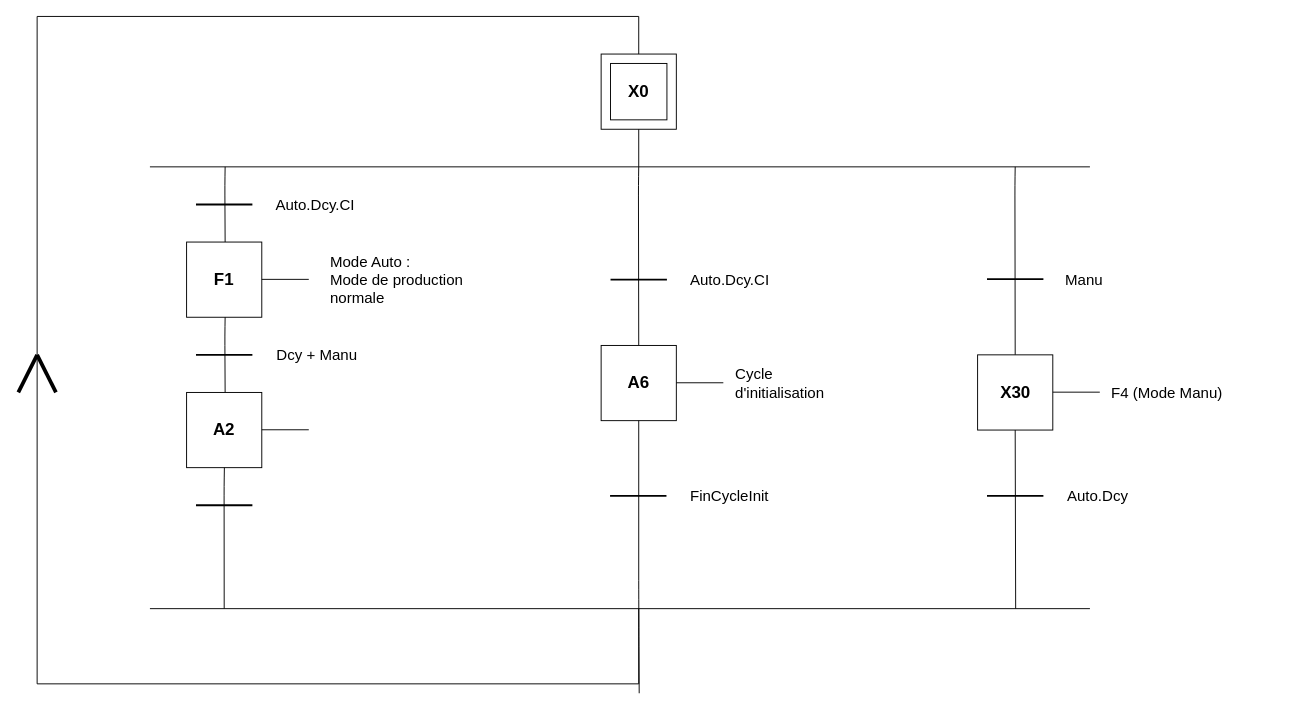
This is Untitled Diagram.drawio from Sem98-chain/INSA, a draw.io file, before an edit. Source tidied: cells renumbered, new cells numbered last; positions are measured from the earlier drawing's top-left corner, leaving out a move shared by most shapes. Both pictures are drawn from the tidied source at 94%, with x=0, y=0 at pixel (18, 16).
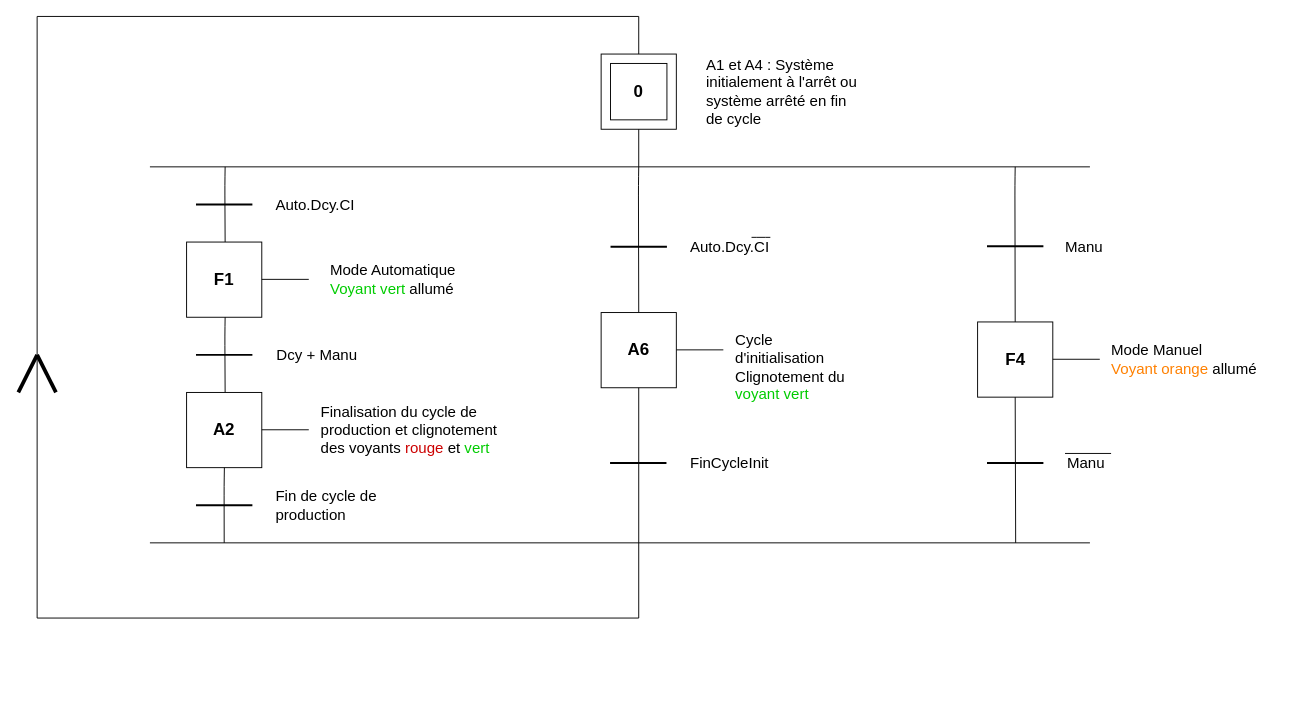
Above is the later version.

Unchanged cells that the change refers to:
```xml
<mxCell id="2" style="group;" parent="1" vertex="1">
  <mxGeometry x="620" y="40" width="80" height="80" as="geometry" />
</mxCell>
```

Diff of the diagram source:
```diff
@@
-    <mxCell id="5" value="&lt;font size=&quot;1&quot;&gt;&lt;b style=&quot;font-size: 18px&quot;&gt;X0&lt;/b&gt;&lt;/font&gt;" style="text;html=1;strokeColor=none;fillColor=none;align=center;verticalAlign=middle;whiteSpace=wrap;rounded=0;" parent="2" vertex="1">
+    <mxCell id="5" value="&lt;font size=&quot;1&quot;&gt;&lt;b style=&quot;font-size: 18px&quot;&gt;0&lt;/b&gt;&lt;/font&gt;" style="text;html=1;strokeColor=none;fillColor=none;align=center;verticalAlign=middle;whiteSpace=wrap;rounded=0;" parent="2" vertex="1">
       <mxGeometry x="20" y="30" width="40" height="20" as="geometry" />
     </mxCell>
@@
     <mxCell id="21" style="whiteSpace=wrap;html=1;" parent="1" vertex="1">
-      <mxGeometry x="620" y="350" width="80" height="80" as="geometry" />
+      <mxGeometry x="620" y="315" width="80" height="80" as="geometry" />
     </mxCell>
     <mxCell id="22" style="endArrow=none;html=1;strokeWidth=2;" parent="1" edge="1">
       <mxGeometry relative="1" as="geometry">
-        <mxPoint x="630" y="280" as="sourcePoint" />
-        <mxPoint x="690" y="280" as="targetPoint" />
+        <mxPoint x="630" y="245" as="sourcePoint" />
+        <mxPoint x="690" y="245" as="targetPoint" />
       </mxGeometry>
     </mxCell>
     <mxCell id="23" value="&lt;font size=&quot;1&quot;&gt;&lt;b style=&quot;font-size: 18px&quot;&gt;A6&lt;/b&gt;&lt;/font&gt;" style="text;html=1;strokeColor=none;fillColor=none;align=center;verticalAlign=middle;whiteSpace=wrap;rounded=0;" parent="1" vertex="1">
-      <mxGeometry x="640" y="380" width="40" height="20" as="geometry" />
+      <mxGeometry x="640" y="345" width="40" height="20" as="geometry" />
     </mxCell>
     <mxCell id="24" value="&lt;font style=&quot;font-size: 16px&quot;&gt;Auto.Dcy.CI&lt;br&gt;&lt;/font&gt;" style="text;html=1;strokeColor=none;fillColor=none;align=left;verticalAlign=middle;whiteSpace=wrap;rounded=0;" parent="1" vertex="1">
-      <mxGeometry x="713" y="270" width="236" height="20" as="geometry" />
+      <mxGeometry x="713" y="235" width="236" height="20" as="geometry" />
     </mxCell>
     <mxCell id="25" style="endArrow=none;html=1;strokeWidth=1;" parent="1" edge="1">
       <mxGeometry relative="1" as="geometry">
-        <mxPoint x="700" y="389.7" as="sourcePoint" />
-        <mxPoint x="750" y="389.7" as="targetPoint" />
+        <mxPoint x="700" y="354.7" as="sourcePoint" />
+        <mxPoint x="750" y="354.7" as="targetPoint" />
       </mxGeometry>
     </mxCell>
     <mxCell id="26" style="endArrow=none;html=1;strokeWidth=1;" parent="1" edge="1">
       <mxGeometry relative="1" as="geometry">
-        <mxPoint x="20" y="710" as="sourcePoint" />
+        <mxPoint x="20" y="640" as="sourcePoint" />
         <mxPoint x="20" as="targetPoint" />
       </mxGeometry>
     </mxCell>
@@
-    <mxCell id="29" value="&lt;font style=&quot;font-size: 16px&quot;&gt;Mode Auto :&amp;nbsp;&lt;br&gt;Mode de production normale&lt;br&gt;&lt;/font&gt;" style="text;html=1;strokeColor=none;fillColor=none;align=left;verticalAlign=middle;whiteSpace=wrap;rounded=0;" parent="1" vertex="1">
+    <mxCell id="29" value="&lt;font style=&quot;font-size: 16px&quot;&gt;Mode Automatique&lt;br&gt;&lt;font color=&quot;#00cc00&quot;&gt;Voyant vert &lt;/font&gt;allumé&lt;br&gt;&lt;/font&gt;" style="text;html=1;strokeColor=none;fillColor=none;align=left;verticalAlign=middle;whiteSpace=wrap;rounded=0;" parent="1" vertex="1">
       <mxGeometry x="330" y="250" width="170" height="60" as="geometry" />
     </mxCell>
     <mxCell id="30" style="endArrow=none;html=1;strokeWidth=1;" parent="1" edge="1">
       <mxGeometry relative="1" as="geometry">
-        <mxPoint x="140" y="630" as="sourcePoint" />
-        <mxPoint x="1140" y="630" as="targetPoint" />
+        <mxPoint x="140" y="560" as="sourcePoint" />
+        <mxPoint x="1140" y="560" as="targetPoint" />
       </mxGeometry>
     </mxCell>
     <mxCell id="31" value="&lt;font style=&quot;font-size: 16px&quot;&gt;&lt;br&gt;&lt;/font&gt;" style="text;html=1;strokeColor=none;fillColor=none;align=left;verticalAlign=middle;whiteSpace=wrap;rounded=0;" parent="1" vertex="1">
-      <mxGeometry x="712.5" y="500" width="106" height="20" as="geometry" />
+      <mxGeometry x="712.5" y="465" width="106" height="20" as="geometry" />
     </mxCell>
-    <mxCell id="32" value="&lt;font style=&quot;font-size: 16px&quot;&gt;Cycle d'initialisation&lt;/font&gt;" style="text;html=1;strokeColor=none;fillColor=none;align=left;verticalAlign=middle;whiteSpace=wrap;rounded=0;" parent="1" vertex="1">
-      <mxGeometry x="761" y="380" width="129" height="20" as="geometry" />
+    <mxCell id="32" value="&lt;font style=&quot;font-size: 16px&quot;&gt;Cycle d'initialisation&lt;br&gt;Clignotement du &lt;font color=&quot;#00cc00&quot;&gt;voyant vert&lt;/font&gt;&lt;br&gt;&lt;/font&gt;" style="text;html=1;strokeColor=none;fillColor=none;align=left;verticalAlign=middle;whiteSpace=wrap;rounded=0;" parent="1" vertex="1">
+      <mxGeometry x="761" y="345" width="129" height="55" as="geometry" />
     </mxCell>
     <mxCell id="33" style="endArrow=none;html=1;strokeWidth=2;" parent="1" edge="1">
       <mxGeometry relative="1" as="geometry">
-        <mxPoint x="629.5" y="510" as="sourcePoint" />
-        <mxPoint x="689.5" y="510" as="targetPoint" />
+        <mxPoint x="629.5" y="475" as="sourcePoint" />
+        <mxPoint x="689.5" y="475" as="targetPoint" />
       </mxGeometry>
     </mxCell>
     <mxCell id="34" value="&lt;font style=&quot;font-size: 16px&quot;&gt;FinCycleInit&lt;br&gt;&lt;/font&gt;" style="text;html=1;strokeColor=none;fillColor=none;align=left;verticalAlign=middle;whiteSpace=wrap;rounded=0;" parent="1" vertex="1">
-      <mxGeometry x="712.5" y="500" width="27.5" height="20" as="geometry" />
+      <mxGeometry x="712.5" y="465" width="27.5" height="20" as="geometry" />
     </mxCell>
     <mxCell id="35" style="endArrow=none;html=1;entryX=0.5;entryY=1;entryDx=0;entryDy=0;" parent="1" edge="1">
       <mxGeometry relative="1" as="geometry">
-        <mxPoint x="219" y="630" as="sourcePoint" />
+        <mxPoint x="219" y="560" as="sourcePoint" />
         <mxPoint x="219.2" y="480" as="targetPoint" />
         <Array as="points">
           <mxPoint x="218.9" y="500" />
         </Array>
       </mxGeometry>
     </mxCell>
@@
-    <mxCell id="37" style="endArrow=none;html=1;entryX=0.5;entryY=1;entryDx=0;entryDy=0;exitX=0.5;exitY=0;exitDx=0;exitDy=0;" parent="1" edge="1" target="21">
-      <mxGeometry relative="1" as="geometry">
-        <mxPoint x="660.5" y="720" as="sourcePoint" />
-        <Array as="points">
-          <mxPoint x="660.2" y="660" />
-          <mxPoint x="660" y="610" />
-        </Array>
-      </mxGeometry>
-    </mxCell>
@@
     <mxCell id="39" style="whiteSpace=wrap;html=1;" parent="1" vertex="1">
-      <mxGeometry x="1020.5" y="360" width="80" height="80" as="geometry" />
+      <mxGeometry x="1020.5" y="325" width="80" height="80" as="geometry" />
     </mxCell>
     <mxCell id="40" style="endArrow=none;html=1;strokeWidth=2;" parent="1" edge="1">
       <mxGeometry relative="1" as="geometry">
-        <mxPoint x="1030.5" y="279.4" as="sourcePoint" />
-        <mxPoint x="1090.5" y="279.4" as="targetPoint" />
+        <mxPoint x="1030.5" y="244.4" as="sourcePoint" />
+        <mxPoint x="1090.5" y="244.4" as="targetPoint" />
       </mxGeometry>
     </mxCell>
     <mxCell id="41" style="endArrow=none;html=1;strokeWidth=2;" parent="1" edge="1">
       <mxGeometry relative="1" as="geometry">
-        <mxPoint x="1030.5" y="510" as="sourcePoint" />
-        <mxPoint x="1090.5" y="510" as="targetPoint" />
+        <mxPoint x="1030.5" y="475" as="sourcePoint" />
+        <mxPoint x="1090.5" y="475" as="targetPoint" />
       </mxGeometry>
     </mxCell>
-    <mxCell id="42" value="&lt;font size=&quot;1&quot;&gt;&lt;b style=&quot;font-size: 18px&quot;&gt;X30&lt;/b&gt;&lt;/font&gt;" style="text;html=1;strokeColor=none;fillColor=none;align=center;verticalAlign=middle;whiteSpace=wrap;rounded=0;" parent="1" vertex="1">
-      <mxGeometry x="1040.5" y="390" width="40" height="20" as="geometry" />
+    <mxCell id="42" value="&lt;font size=&quot;1&quot;&gt;&lt;b style=&quot;font-size: 18px&quot;&gt;F4&lt;/b&gt;&lt;/font&gt;" style="text;html=1;strokeColor=none;fillColor=none;align=center;verticalAlign=middle;whiteSpace=wrap;rounded=0;" parent="1" vertex="1">
+      <mxGeometry x="1040.5" y="355" width="40" height="20" as="geometry" />
     </mxCell>
     <mxCell id="43" value="&lt;font style=&quot;font-size: 16px&quot;&gt;Manu&lt;br&gt;&lt;/font&gt;" style="text;html=1;strokeColor=none;fillColor=none;align=left;verticalAlign=middle;whiteSpace=wrap;rounded=0;" parent="1" vertex="1">
-      <mxGeometry x="1111.8" y="270" width="236" height="20" as="geometry" />
+      <mxGeometry x="1111.8" y="235" width="236" height="20" as="geometry" />
     </mxCell>
     <mxCell id="44" style="endArrow=none;html=1;strokeWidth=1;" parent="1" edge="1">
       <mxGeometry relative="1" as="geometry">
-        <mxPoint x="1100.5" y="399.7" as="sourcePoint" />
-        <mxPoint x="1150.5" y="399.7" as="targetPoint" />
+        <mxPoint x="1100.5" y="364.7" as="sourcePoint" />
+        <mxPoint x="1150.5" y="364.7" as="targetPoint" />
       </mxGeometry>
     </mxCell>
-    <mxCell id="45" value="&lt;font style=&quot;font-size: 16px&quot;&gt;Auto.Dcy&lt;br&gt;&lt;/font&gt;" style="text;html=1;strokeColor=none;fillColor=none;align=left;verticalAlign=middle;whiteSpace=wrap;rounded=0;" parent="1" vertex="1">
-      <mxGeometry x="1113.5" y="500" width="86.5" height="20" as="geometry" />
+    <mxCell id="45" value="&lt;font style=&quot;font-size: 16px&quot;&gt;Manu&lt;br&gt;&lt;/font&gt;" style="text;html=1;strokeColor=none;fillColor=none;align=left;verticalAlign=middle;whiteSpace=wrap;rounded=0;" parent="1" vertex="1">
+      <mxGeometry x="1113.5" y="465" width="86.5" height="20" as="geometry" />
     </mxCell>
@@
-    <mxCell id="47" value="&lt;font style=&quot;font-size: 16px&quot;&gt;F4 (Mode Manu)&lt;/font&gt;" style="text;html=1;strokeColor=none;fillColor=none;align=left;verticalAlign=middle;whiteSpace=wrap;rounded=0;" parent="1" vertex="1">
-      <mxGeometry x="1160.5" y="390" width="138.5" height="20" as="geometry" />
+    <mxCell id="47" value="&lt;font style=&quot;font-size: 16px&quot;&gt;Mode Manuel&lt;br&gt;&lt;font color=&quot;#ff8000&quot;&gt;Voyant orange&lt;/font&gt; allumé&lt;br&gt;&lt;/font&gt;" style="text;html=1;strokeColor=none;fillColor=none;align=left;verticalAlign=middle;whiteSpace=wrap;rounded=0;" parent="1" vertex="1">
+      <mxGeometry x="1160.5" y="330" width="159.5" height="70" as="geometry" />
     </mxCell>
     <mxCell id="48" style="endArrow=none;html=1;" parent="1" edge="1">
       <mxGeometry relative="1" as="geometry">
-        <mxPoint x="20" y="710" as="sourcePoint" />
-        <mxPoint x="660" y="710" as="targetPoint" />
+        <mxPoint x="20" y="640" as="sourcePoint" />
+        <mxPoint x="660" y="640" as="targetPoint" />
       </mxGeometry>
     </mxCell>
-    <mxCell id="49" style="endArrow=none;html=1;" parent="1" edge="1">
+    <mxCell id="49" style="endArrow=none;html=1;entryX=0.5;entryY=1;entryDx=0;entryDy=0;" parent="1" edge="1" target="21">
       <mxGeometry relative="1" as="geometry">
-        <mxPoint x="660" y="710" as="sourcePoint" />
-        <mxPoint x="660" y="630" as="targetPoint" />
+        <mxPoint x="660" y="640" as="sourcePoint" />
       </mxGeometry>
     </mxCell>
@@
-    <mxCell id="51" value="&lt;font style=&quot;font-size: 16px&quot;&gt;&lt;br&gt;&lt;/font&gt;" style="text;html=1;strokeColor=none;fillColor=none;align=left;verticalAlign=middle;whiteSpace=wrap;rounded=0;" parent="1" vertex="1">
-      <mxGeometry x="320" y="410" width="170" height="60" as="geometry" />
+    <mxCell id="51" value="&lt;font style=&quot;font-size: 16px&quot;&gt;Finalisation du cycle de production et clignotement des voyants &lt;font color=&quot;#cc0000&quot;&gt;rouge &lt;/font&gt;et &lt;font color=&quot;#00cc00&quot;&gt;vert&lt;/font&gt;&lt;br&gt;&lt;/font&gt;" style="text;html=1;strokeColor=none;fillColor=none;align=left;verticalAlign=middle;whiteSpace=wrap;rounded=0;" parent="1" vertex="1">
+      <mxGeometry x="320" y="410" width="190" height="60" as="geometry" />
     </mxCell>
@@
     <mxCell id="53" style="endArrow=none;html=1;entryX=0.5;entryY=1;entryDx=0;entryDy=0;" parent="1" edge="1" target="39">
       <mxGeometry relative="1" as="geometry">
-        <mxPoint x="1061" y="630" as="sourcePoint" />
+        <mxPoint x="1061" y="560" as="sourcePoint" />
       </mxGeometry>
     </mxCell>
+    <mxCell id="54" style="endArrow=none;html=1;" parent="1" edge="1">
+      <mxGeometry relative="1" as="geometry">
+        <mxPoint x="780" y="235" as="sourcePoint" />
+        <mxPoint x="800" y="235" as="targetPoint" />
+        <Array as="points">
+          <mxPoint x="790" y="235" />
+        </Array>
+      </mxGeometry>
+    </mxCell>
+    <mxCell id="55" value="&lt;font style=&quot;font-size: 16px&quot;&gt;Fin de cycle de production&lt;br&gt;&lt;/font&gt;" style="text;html=1;strokeColor=none;fillColor=none;align=left;verticalAlign=middle;whiteSpace=wrap;rounded=0;" parent="1" vertex="1">
+      <mxGeometry x="272" y="510" width="148" height="20" as="geometry" />
+    </mxCell>
+    <mxCell id="56" style="endArrow=none;html=1;" parent="1" edge="1">
+      <mxGeometry relative="1" as="geometry">
+        <mxPoint x="1113.5" y="464.9" as="sourcePoint" />
+        <mxPoint x="1162.5" y="464.9" as="targetPoint" />
+      </mxGeometry>
+    </mxCell>
+    <mxCell id="57" value="&lt;font style=&quot;font-size: 16px&quot;&gt;A1 et A4 : Système initialement à l'arrêt ou système arrêté en fin de cycle&lt;/font&gt;" style="text;html=1;strokeColor=none;fillColor=none;align=left;verticalAlign=middle;whiteSpace=wrap;rounded=0;" parent="1" vertex="1">
+      <mxGeometry x="730" y="35" width="170" height="90" as="geometry" />
+    </mxCell>
```
